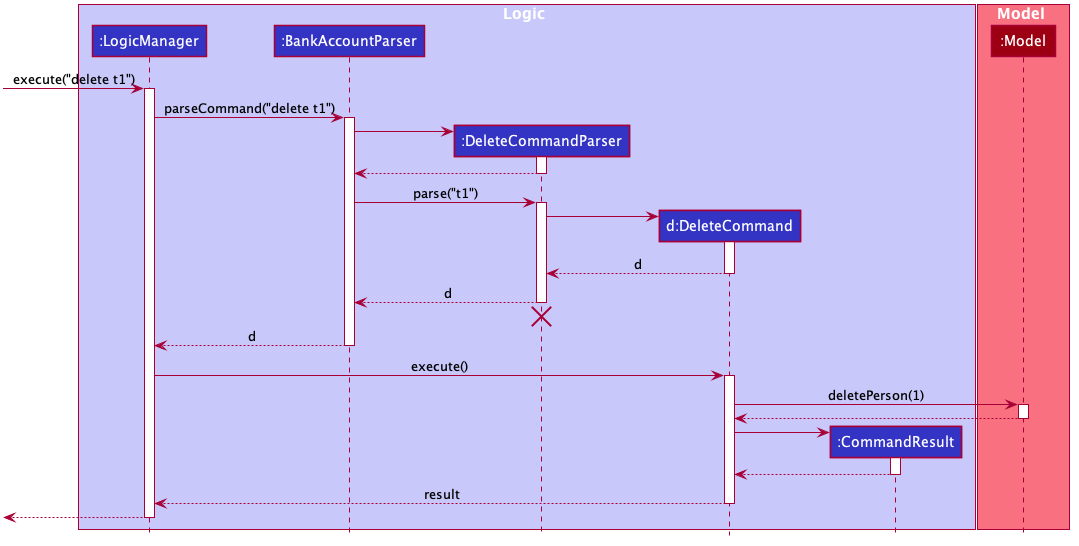
nus-cs2103-AY1920S1/addressbook-level3 keeps this PlantUML diagram as docs/images/DeleteSequenceDiagram.png. Above is the earlier version.
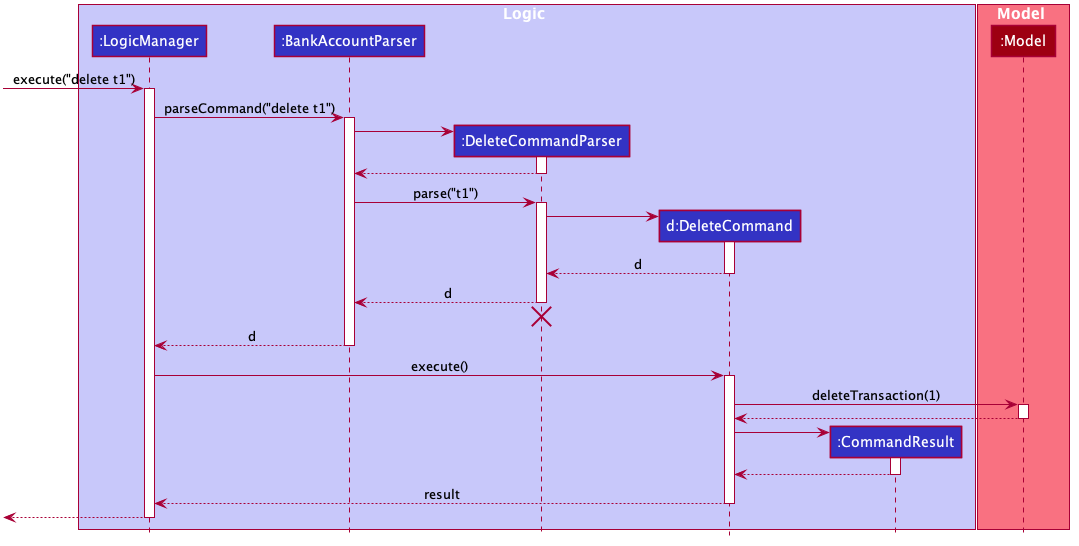
Later version of the same file.

Diff of the diagram source:
```diff
@@ -94,7 +94,7 @@
 LogicManager -> DeleteCommand : execute()
 activate DeleteCommand
 
-DeleteCommand -> Model : deletePerson(1)
+DeleteCommand -> Model : deleteTransaction(1)
 activate Model
 
 Model --> DeleteCommand
```
